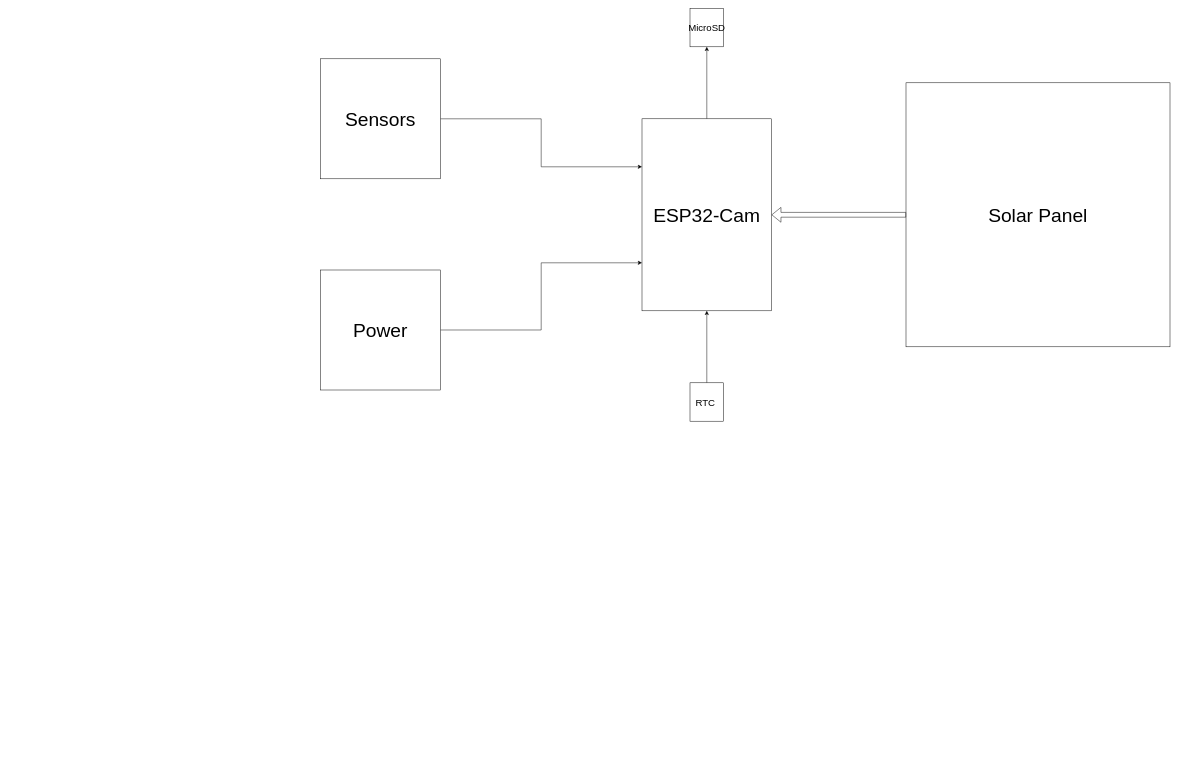
This is Schematics/BasicArchitecture.drawio from Benetic303/WeatherStation, a draw.io file, before an edit. Source tidied: cells renumbered, new cells numbered last; positions are measured from the earlier drawing's top-left corner, leaving out a move shared by most shapes. Both pictures are drawn from the tidied source at 48%, with x=0, y=0 at pixel (320, 8).
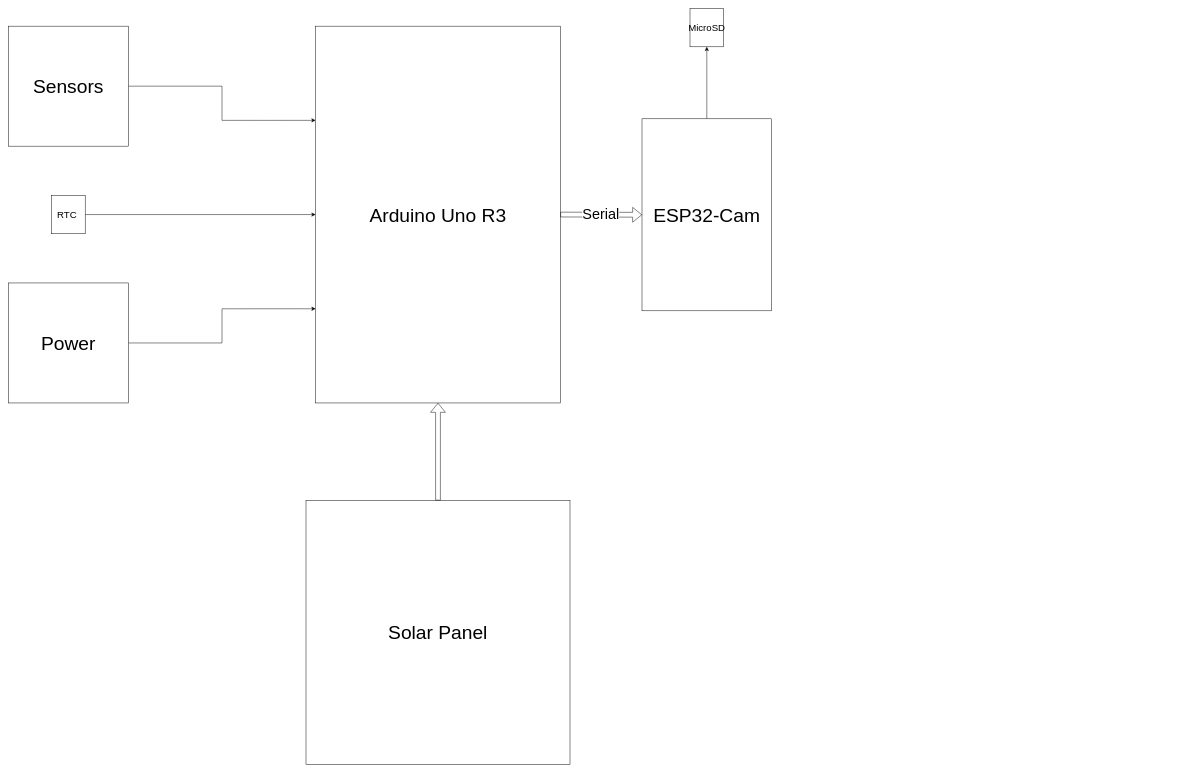
The same diagram, later.

Diff of the diagram source:
```diff
@@
 <mxGraphModel>
   <root>
     <mxCell id="0" />
     <mxCell id="1" parent="0" />
     <mxCell id="2" style="edgeStyle=orthogonalEdgeStyle;rounded=0;jettySize=auto;html=1;exitX=0.5;exitY=0;exitDx=0;exitDy=0;" parent="1" edge="1" source="3" target="6">
       <mxGeometry relative="1" as="geometry" />
     </mxCell>
     <mxCell id="3" value="&lt;font style=&quot;font-size: 40px;&quot;&gt;ESP32-Cam&lt;/font&gt;" style="rounded=0;whiteSpace=wrap;html=1;" parent="1" vertex="1">
       <mxGeometry x="670" y="230" width="270" height="400" as="geometry" />
     </mxCell>
-    <mxCell id="4" style="edgeStyle=orthogonalEdgeStyle;rounded=0;jettySize=auto;html=1;entryX=0;entryY=0.25;entryDx=0;entryDy=0;" parent="1" edge="1" source="5" target="3">
+    <mxCell id="4" style="edgeStyle=orthogonalEdgeStyle;rounded=0;jettySize=auto;html=1;entryX=0;entryY=0.25;entryDx=0;entryDy=0;" parent="1" edge="1" source="5" target="13">
       <mxGeometry relative="1" as="geometry" />
     </mxCell>
     <mxCell id="5" value="&lt;font style=&quot;font-size: 40px;&quot;&gt;Sensors&lt;/font&gt;" style="rounded=0;whiteSpace=wrap;html=1;" parent="1" vertex="1">
-      <mxGeometry y="105" width="250" height="250" as="geometry" />
+      <mxGeometry x="-650" y="37" width="250" height="250" as="geometry" />
     </mxCell>
     <mxCell id="6" value="&lt;font style=&quot;font-size: 20px;&quot;&gt;MicroSD&lt;/font&gt;" style="rounded=0;whiteSpace=wrap;html=1;" parent="1" vertex="1">
       <mxGeometry x="770" width="70" height="80" as="geometry" />
     </mxCell>
-    <mxCell id="7" style="edgeStyle=orthogonalEdgeStyle;rounded=0;jettySize=auto;html=1;exitX=1;exitY=0.5;exitDx=0;exitDy=0;entryX=0;entryY=0.75;entryDx=0;entryDy=0;" parent="1" edge="1" source="8" target="3">
+    <mxCell id="7" style="edgeStyle=orthogonalEdgeStyle;rounded=0;jettySize=auto;html=1;exitX=1;exitY=0.5;exitDx=0;exitDy=0;entryX=0;entryY=0.75;entryDx=0;entryDy=0;" parent="1" edge="1" source="8" target="13">
       <mxGeometry relative="1" as="geometry" />
     </mxCell>
     <mxCell id="8" value="&lt;font style=&quot;font-size: 40px;&quot;&gt;Power&lt;/font&gt;" style="rounded=0;whiteSpace=wrap;html=1;" parent="1" vertex="1">
-      <mxGeometry y="545" width="250" height="250" as="geometry" />
+      <mxGeometry x="-650" y="572" width="250" height="250" as="geometry" />
     </mxCell>
-    <mxCell id="9" style="edgeStyle=orthogonalEdgeStyle;rounded=0;jettySize=auto;html=1;exitX=0.5;exitY=0;exitDx=0;exitDy=0;entryX=0.5;entryY=1;entryDx=0;entryDy=0;" parent="1" edge="1" source="10" target="3">
+    <mxCell id="9" style="edgeStyle=orthogonalEdgeStyle;rounded=0;jettySize=auto;html=1;exitX=1;exitY=0.5;exitDx=0;exitDy=0;entryX=0;entryY=0.5;entryDx=0;entryDy=0;" parent="1" edge="1" source="10" target="13">
       <mxGeometry relative="1" as="geometry" />
     </mxCell>
     <mxCell id="10" value="&lt;font style=&quot;font-size: 20px;&quot;&gt;RTC&amp;nbsp;&lt;/font&gt;" style="rounded=0;whiteSpace=wrap;html=1;" parent="1" vertex="1">
-      <mxGeometry x="770" y="780" width="70" height="80" as="geometry" />
+      <mxGeometry x="-560" y="389.5" width="70" height="80" as="geometry" />
     </mxCell>
     <mxCell id="11" value="&lt;font style=&quot;font-size: 40px;&quot;&gt;Solar Panel&lt;/font&gt;" style="rounded=0;whiteSpace=wrap;html=1;" parent="1" vertex="1">
-      <mxGeometry x="1220" y="155" width="550" height="550" as="geometry" />
+      <mxGeometry x="-30" y="1025" width="550" height="550" as="geometry" />
     </mxCell>
-    <mxCell id="12" style="shape=flexArrow;endArrow=classic;html=1;rounded=0;entryX=1;entryY=0.5;entryDx=0;entryDy=0;exitX=0;exitY=0.5;exitDx=0;exitDy=0;" parent="1" edge="1" source="11" target="3">
+    <mxCell id="12" style="shape=flexArrow;endArrow=classic;html=1;rounded=0;entryX=0.5;entryY=1;entryDx=0;entryDy=0;exitX=0.5;exitY=0;exitDx=0;exitDy=0;" parent="1" edge="1" source="11" target="13">
       <mxGeometry relative="1" as="geometry" />
     </mxCell>
+    <mxCell id="13" value="&lt;font style=&quot;font-size: 40px;&quot;&gt;Arduino Uno R3&lt;/font&gt;" style="rounded=0;whiteSpace=wrap;html=1;" parent="1" vertex="1">
+      <mxGeometry x="-10" y="37" width="510" height="785" as="geometry" />
+    </mxCell>
+    <mxCell id="14" style="shape=flexArrow;endArrow=classic;html=1;rounded=0;entryX=0;entryY=0.5;entryDx=0;entryDy=0;exitX=1;exitY=0.5;exitDx=0;exitDy=0;" parent="1" edge="1" source="13" target="3">
+      <mxGeometry relative="1" as="geometry" />
+    </mxCell>
+    <mxCell id="15" value="&lt;font style=&quot;font-size: 30px;&quot;&gt;Serial&lt;/font&gt;" style="edgeLabel;html=1;align=center;verticalAlign=middle;" parent="14" vertex="1">
+      <mxGeometry x="-0.02" y="2" relative="1" as="geometry" />
+    </mxCell>
   </root>
 </mxGraphModel>
```
